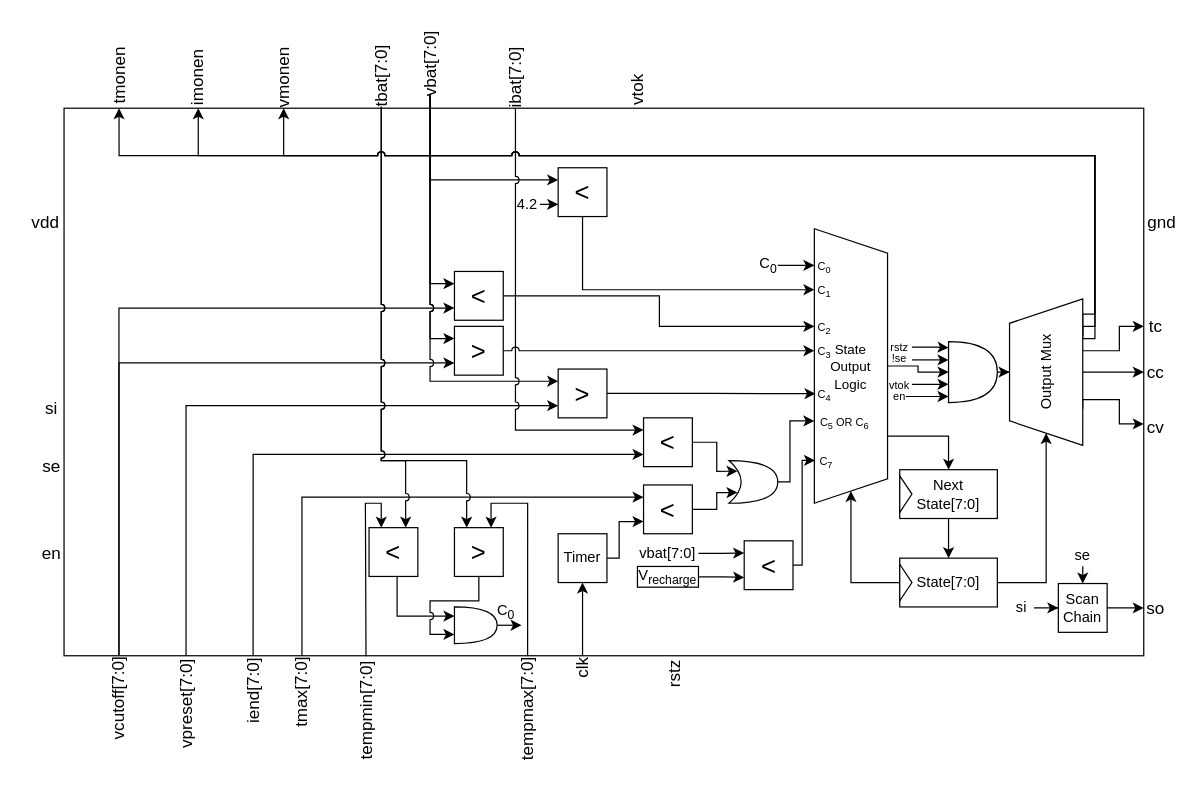
The draw.io diagram blockDiagramContr.drawio in FranciscoPRosa/NEEC_test, before the edit. Source tidied: cells renumbered, new cells numbered last; positions are measured from the earlier drawing's top-left corner, leaving out a move shared by most shapes. Both pictures are drawn from the tidied source at 122%, with x=0, y=0 at pixel (27, 45).
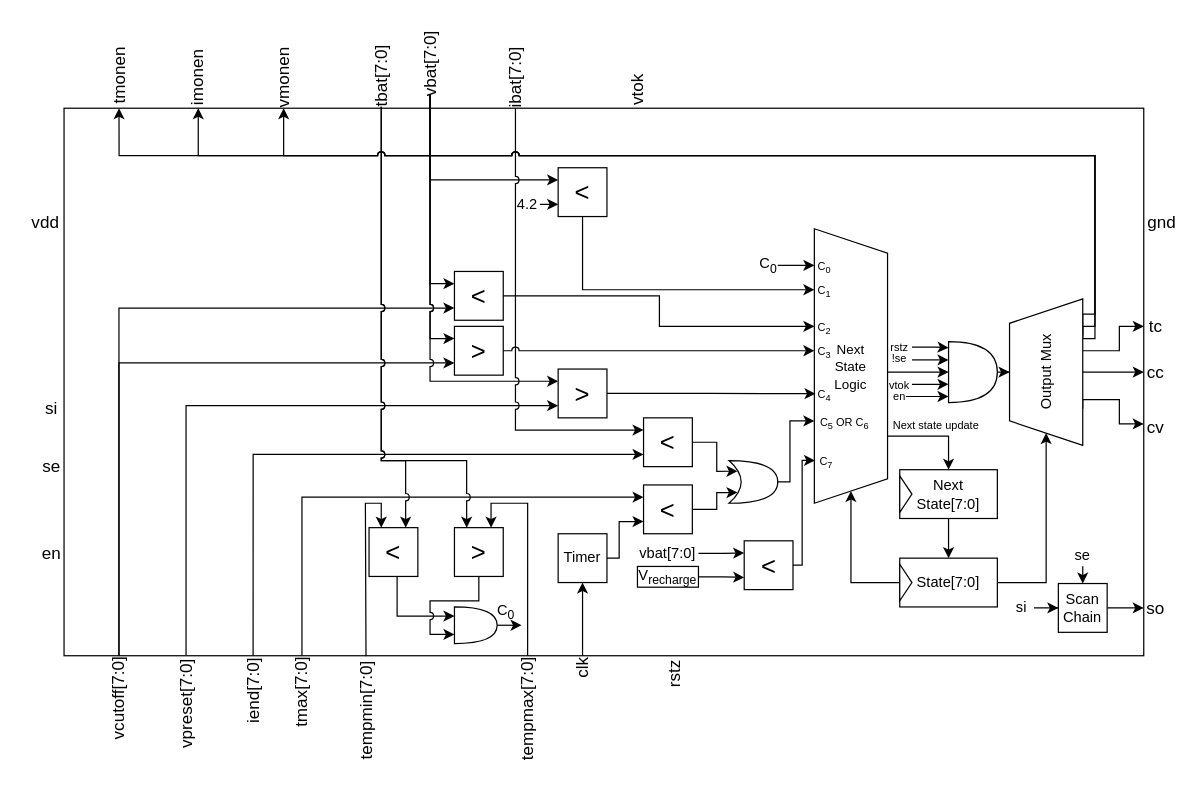
After the change.

The change refers to these unchanged cells:
```xml
<mxCell id="64" style="shape=or;whiteSpace=wrap;html=1;points=[[0,0.1,0,0,0],[0,0.3,0,0,0],[0,0.5,0,0,0],[0,0.7,0,0,0],[0,0.9,0,0,0],[0.7,0.1,0,0,0],[0.7,0.9,0,0,0],[1,0.5,0,0,0]];" parent="1" vertex="1">
  <mxGeometry x="755" y="242.5" width="40" height="50" as="geometry" />
</mxCell>
```

Diff of the diagram source:
```diff
@@
+    <mxCell id="115" style="rounded=0;whiteSpace=wrap;html=1;strokeColor=none;" parent="1" vertex="1">
+      <mxGeometry x="-5" y="-20" width="950" height="610" as="geometry" />
+    </mxCell>
@@
-    <mxCell id="76" value="&lt;div&gt;&lt;font style=&quot;font-size: 11px;&quot;&gt;State&lt;/font&gt;&lt;/div&gt;&lt;div&gt;&lt;font style=&quot;font-size: 11px;&quot;&gt;&amp;nbsp;Output&amp;nbsp;&lt;/font&gt;&lt;/div&gt;&lt;div&gt;&lt;font style=&quot;font-size: 11px;&quot;&gt;Logic&lt;/font&gt;&lt;/div&gt;" style="shape=trapezoid;perimeter=trapezoidPerimeter;whiteSpace=wrap;html=1;fixedSize=1;direction=south;" parent="1" vertex="1">
+    <mxCell id="76" value="&lt;div&gt;&lt;font style=&quot;font-size: 11px;&quot;&gt;Next&lt;br&gt;&lt;/font&gt;&lt;/div&gt;&lt;div&gt;&lt;font style=&quot;font-size: 11px;&quot;&gt;State &lt;br&gt;&lt;/font&gt;&lt;/div&gt;&lt;div&gt;&lt;font style=&quot;font-size: 11px;&quot;&gt;Logic&lt;/font&gt;&lt;/div&gt;" style="shape=trapezoid;perimeter=trapezoidPerimeter;whiteSpace=wrap;html=1;fixedSize=1;direction=south;" parent="1" vertex="1">
       <mxGeometry x="645" y="150" width="60" height="225" as="geometry" />
     </mxCell>
     <mxCell id="77" style="edgeStyle=orthogonalEdgeStyle;rounded=0;jettySize=auto;html=1;entryX=0;entryY=0.5;entryDx=0;entryDy=0;entryPerimeter=0;" parent="1" edge="1" source="76" target="64">
-      <mxGeometry relative="1" as="geometry" />
+      <mxGeometry relative="1" as="geometry">
+        <Array as="points">
+          <mxPoint x="730" y="268" />
+        </Array>
+      </mxGeometry>
     </mxCell>
@@
+    <mxCell id="116" value="Next state update" style="text;html=1;align=center;verticalAlign=middle;whiteSpace=wrap;rounded=0;fontSize=9;" parent="1" vertex="1">
+      <mxGeometry x="705" y="306.2" width="80" height="12.5" as="geometry" />
+    </mxCell>
```
